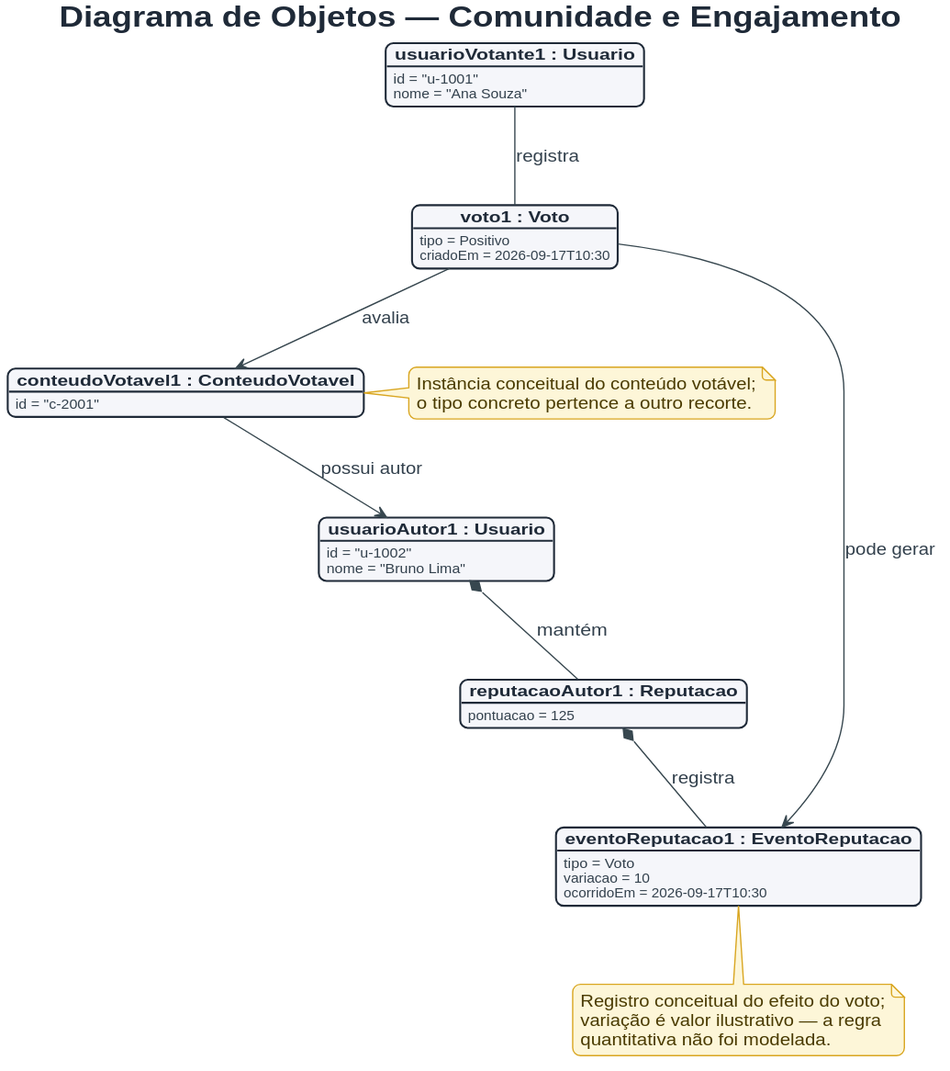
UnBArqDsw2026-2-Turma02/2026.2-T02-_G2_ProjetoForum_Entrega02 keeps this PlantUML diagram as docs/Base/Relatórios/assets/diagrama_objetos_v1.1.svg. Above is the earlier version.
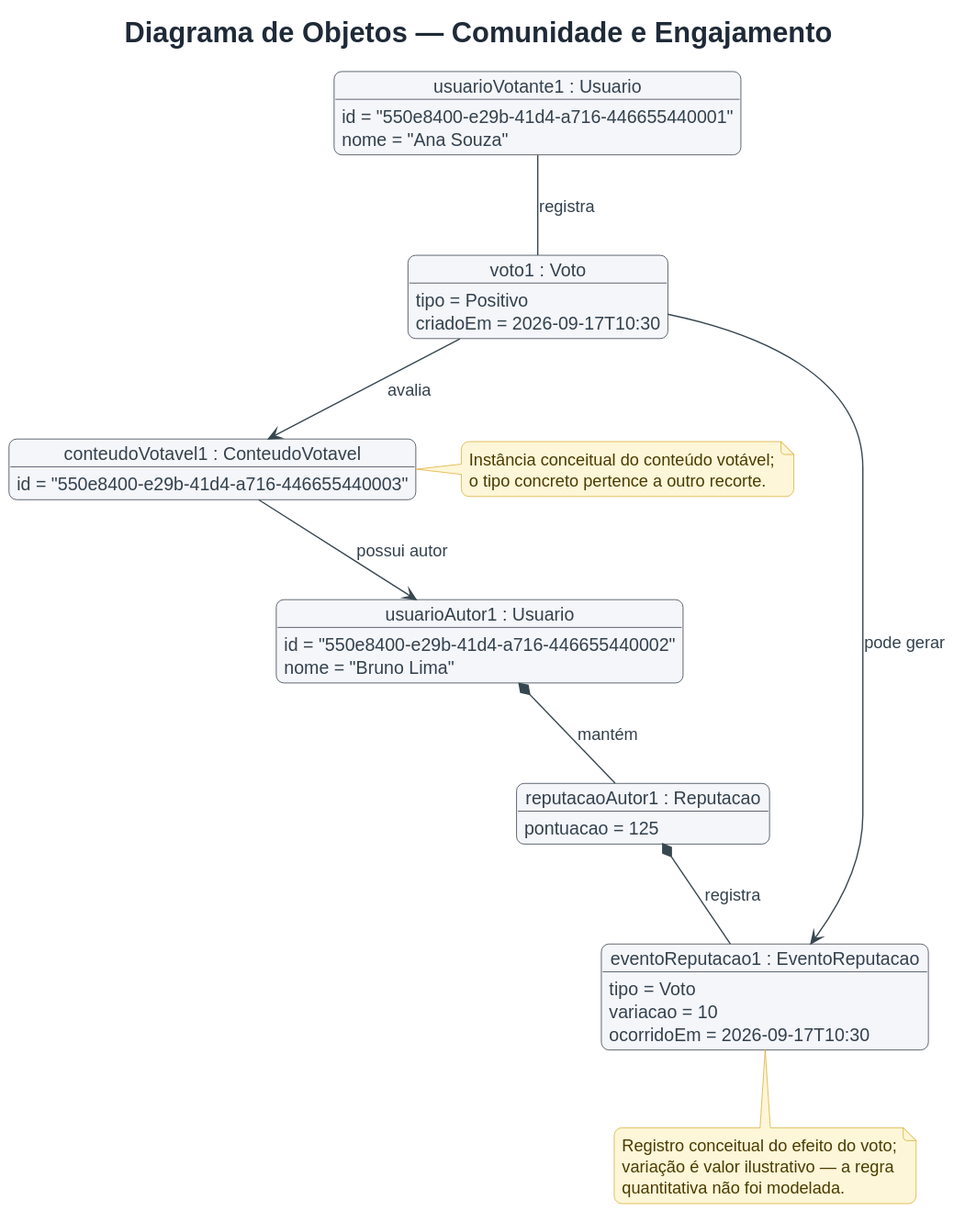
Above is the later version.

Diff of the diagram source:
```diff
@@ -24,17 +24,17 @@
 }
 
 object "usuarioVotante1 : Usuario" as usuarioVotante1 {
-  id = "u-1001"
+  id = "550e8400-e29b-41d4-a716-446655440001"
   nome = "Ana Souza"
 }
 
 object "usuarioAutor1 : Usuario" as usuarioAutor1 {
-  id = "u-1002"
+  id = "550e8400-e29b-41d4-a716-446655440002"
   nome = "Bruno Lima"
 }
 
 object "conteudoVotavel1 : ConteudoVotavel" as conteudoVotavel1 {
-  id = "c-2001"
+  id = "550e8400-e29b-41d4-a716-446655440003"
 }
 
 object "voto1 : Voto" as voto1 {
@@ -69,5 +69,4 @@
   variação é valor ilustrativo — a regra
   quantitativa não foi modelada.
 end note
-
 @enduml
```
